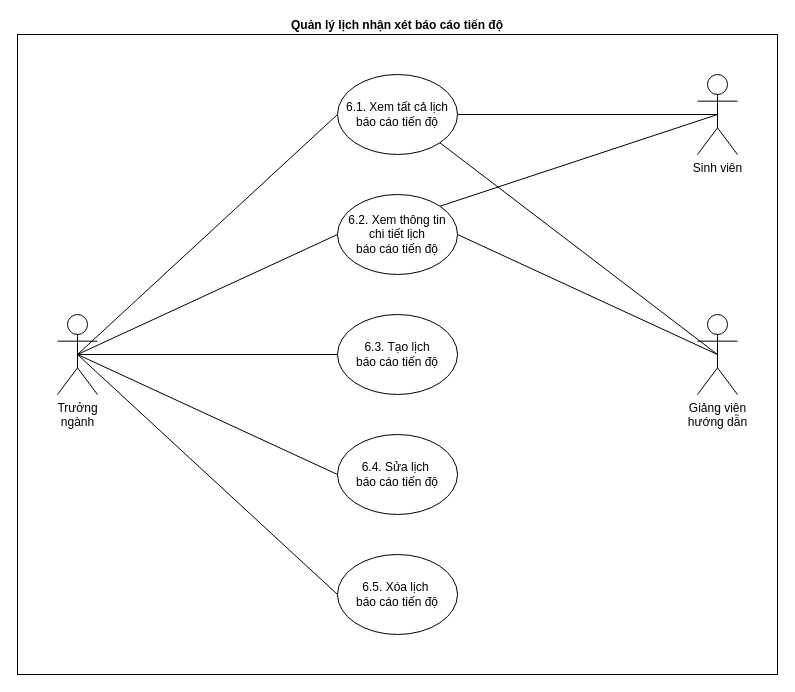
doonpy/grasis keeps this draw.io diagram as page "Quản lý lịch báo cáo tiến độ" (4 of 12) of docs/diagrams/usecase.drawio. Above is the earlier version. Source tidied: cells renumbered, new cells numbered last; positions are measured from the earlier drawing's top-left corner, leaving out a move shared by most shapes. Both pictures are drawn from the tidied source at 100%, with x=0, y=0 at pixel (17, 34).
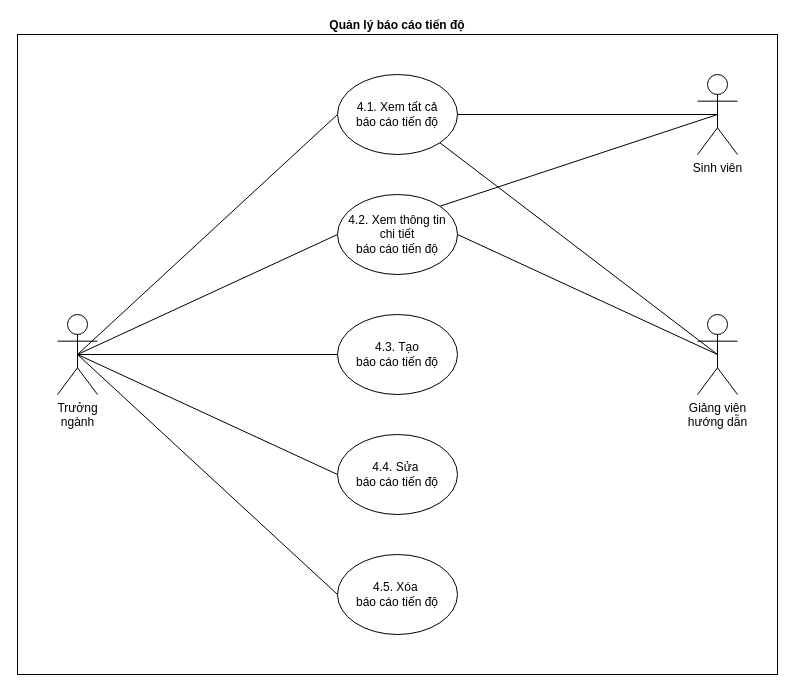
After the change.

Change to the diagram source:
```diff
@@
 <mxGraphModel>
   <root>
     <mxCell id="0" />
     <mxCell id="1" parent="0" />
-    <mxCell id="2" value="Quản lý lịch nhận xét báo cáo tiến độ" style="whiteSpace=wrap;html=1;align=center;labelPosition=center;verticalLabelPosition=top;verticalAlign=bottom;fontStyle=1;" parent="1" vertex="1">
+    <mxCell id="2" value="Quản lý báo cáo tiến độ" style="whiteSpace=wrap;html=1;align=center;labelPosition=center;verticalLabelPosition=top;verticalAlign=bottom;fontStyle=1;" parent="1" vertex="1">
       <mxGeometry width="760" height="640" as="geometry" />
     </mxCell>
     <mxCell id="3" style="edgeStyle=none;rounded=0;jettySize=auto;html=1;exitX=0.5;exitY=0.5;exitDx=0;exitDy=0;exitPerimeter=0;entryX=0;entryY=0.5;entryDx=0;entryDy=0;endArrow=none;endFill=0;" parent="1" edge="1" source="7" target="16">
       <mxGeometry relative="1" as="geometry" />
     </mxCell>
     <mxCell id="4" style="edgeStyle=none;rounded=0;jettySize=auto;html=1;exitX=0.5;exitY=0.5;exitDx=0;exitDy=0;exitPerimeter=0;entryX=0;entryY=0.5;entryDx=0;entryDy=0;endArrow=none;endFill=0;" parent="1" edge="1" source="7" target="17">
       <mxGeometry relative="1" as="geometry" />
     </mxCell>
     <mxCell id="5" style="edgeStyle=none;rounded=0;jettySize=auto;html=1;exitX=0.5;exitY=0.5;exitDx=0;exitDy=0;exitPerimeter=0;entryX=0;entryY=0.5;entryDx=0;entryDy=0;endArrow=none;endFill=0;" parent="1" edge="1" source="7" target="18">
       <mxGeometry relative="1" as="geometry" />
     </mxCell>
     <mxCell id="6" style="edgeStyle=none;rounded=0;jettySize=auto;html=1;exitX=0.5;exitY=0.5;exitDx=0;exitDy=0;exitPerimeter=0;entryX=0;entryY=0.5;entryDx=0;entryDy=0;endArrow=none;endFill=0;" parent="1" edge="1" source="7" target="19">
       <mxGeometry relative="1" as="geometry" />
     </mxCell>
     <mxCell id="7" value="Trưởng&lt;br&gt;ngành" style="shape=umlActor;verticalLabelPosition=bottom;verticalAlign=top;html=1;outlineConnect=0;" parent="1" vertex="1">
       <mxGeometry x="40" y="280" width="40" height="80" as="geometry" />
     </mxCell>
     <mxCell id="8" value="Sinh viên" style="shape=umlActor;verticalLabelPosition=bottom;verticalAlign=top;html=1;outlineConnect=0;" parent="1" vertex="1">
       <mxGeometry x="680" y="40" width="40" height="80" as="geometry" />
     </mxCell>
     <mxCell id="9" style="edgeStyle=none;rounded=0;jettySize=auto;html=1;exitX=0.5;exitY=0.5;exitDx=0;exitDy=0;exitPerimeter=0;entryX=1;entryY=1;entryDx=0;entryDy=0;endArrow=none;endFill=0;" parent="1" edge="1" source="10" target="13">
       <mxGeometry relative="1" as="geometry" />
     </mxCell>
     <mxCell id="10" value="Giảng viên&lt;br&gt;hướng dẫn" style="shape=umlActor;verticalLabelPosition=bottom;verticalAlign=top;html=1;outlineConnect=0;" parent="1" vertex="1">
       <mxGeometry x="680" y="280" width="40" height="80" as="geometry" />
     </mxCell>
     <mxCell id="11" style="edgeStyle=none;rounded=0;jettySize=auto;html=1;exitX=0;exitY=0.5;exitDx=0;exitDy=0;entryX=0.5;entryY=0.5;entryDx=0;entryDy=0;entryPerimeter=0;endArrow=none;endFill=0;" parent="1" edge="1" source="13" target="7">
       <mxGeometry relative="1" as="geometry" />
     </mxCell>
     <mxCell id="12" style="edgeStyle=none;rounded=0;jettySize=auto;html=1;exitX=1;exitY=0.5;exitDx=0;exitDy=0;entryX=0.5;entryY=0.5;entryDx=0;entryDy=0;entryPerimeter=0;endArrow=none;endFill=0;" parent="1" edge="1" source="13" target="8">
       <mxGeometry relative="1" as="geometry" />
     </mxCell>
-    <mxCell id="13" value="6.1. Xem tất cả lịch&lt;br&gt;báo cáo tiến độ" style="ellipse;whiteSpace=wrap;html=1;" parent="1" vertex="1">
+    <mxCell id="13" value="4.1. Xem tất cả&lt;br&gt;báo cáo tiến độ" style="ellipse;whiteSpace=wrap;html=1;" parent="1" vertex="1">
       <mxGeometry x="320" y="40" width="120" height="80" as="geometry" />
     </mxCell>
     <mxCell id="14" style="edgeStyle=none;rounded=0;jettySize=auto;html=1;exitX=1;exitY=0.5;exitDx=0;exitDy=0;entryX=0.5;entryY=0.5;entryDx=0;entryDy=0;entryPerimeter=0;endArrow=none;endFill=0;" parent="1" edge="1" source="16" target="10">
       <mxGeometry relative="1" as="geometry" />
     </mxCell>
     <mxCell id="15" style="edgeStyle=none;rounded=0;jettySize=auto;html=1;exitX=1;exitY=0;exitDx=0;exitDy=0;entryX=0.5;entryY=0.5;entryDx=0;entryDy=0;entryPerimeter=0;endArrow=none;endFill=0;" parent="1" edge="1" source="16" target="8">
       <mxGeometry relative="1" as="geometry" />
     </mxCell>
-    <mxCell id="16" value="6.2. Xem thông tin&lt;br&gt;chi tiết lịch&lt;br&gt;báo cáo tiến độ" style="ellipse;whiteSpace=wrap;html=1;" parent="1" vertex="1">
+    <mxCell id="16" value="4.2. Xem thông tin&lt;br&gt;chi tiết &lt;br&gt;báo cáo tiến độ" style="ellipse;whiteSpace=wrap;html=1;" parent="1" vertex="1">
       <mxGeometry x="320" y="160" width="120" height="80" as="geometry" />
     </mxCell>
-    <mxCell id="17" value="6.3. Tạo lịch&lt;br&gt;báo cáo tiến độ" style="ellipse;whiteSpace=wrap;html=1;" parent="1" vertex="1">
+    <mxCell id="17" value="4.3. Tạo&lt;br&gt;báo cáo tiến độ" style="ellipse;whiteSpace=wrap;html=1;" parent="1" vertex="1">
       <mxGeometry x="320" y="280" width="120" height="80" as="geometry" />
     </mxCell>
-    <mxCell id="18" value="6.4. Sửa lịch&amp;nbsp;&lt;br&gt;báo cáo tiến độ" style="ellipse;whiteSpace=wrap;html=1;" parent="1" vertex="1">
+    <mxCell id="18" value="4.4. Sửa&amp;nbsp;&lt;br&gt;báo cáo tiến độ" style="ellipse;whiteSpace=wrap;html=1;" parent="1" vertex="1">
       <mxGeometry x="320" y="400" width="120" height="80" as="geometry" />
     </mxCell>
-    <mxCell id="19" value="6.5. Xóa lịch&amp;nbsp;&lt;br&gt;báo cáo tiến độ" style="ellipse;whiteSpace=wrap;html=1;" parent="1" vertex="1">
+    <mxCell id="19" value="4.5. Xóa&amp;nbsp;&lt;br&gt;báo cáo tiến độ" style="ellipse;whiteSpace=wrap;html=1;" parent="1" vertex="1">
       <mxGeometry x="320" y="520" width="120" height="80" as="geometry" />
     </mxCell>
   </root>
 </mxGraphModel>
```
